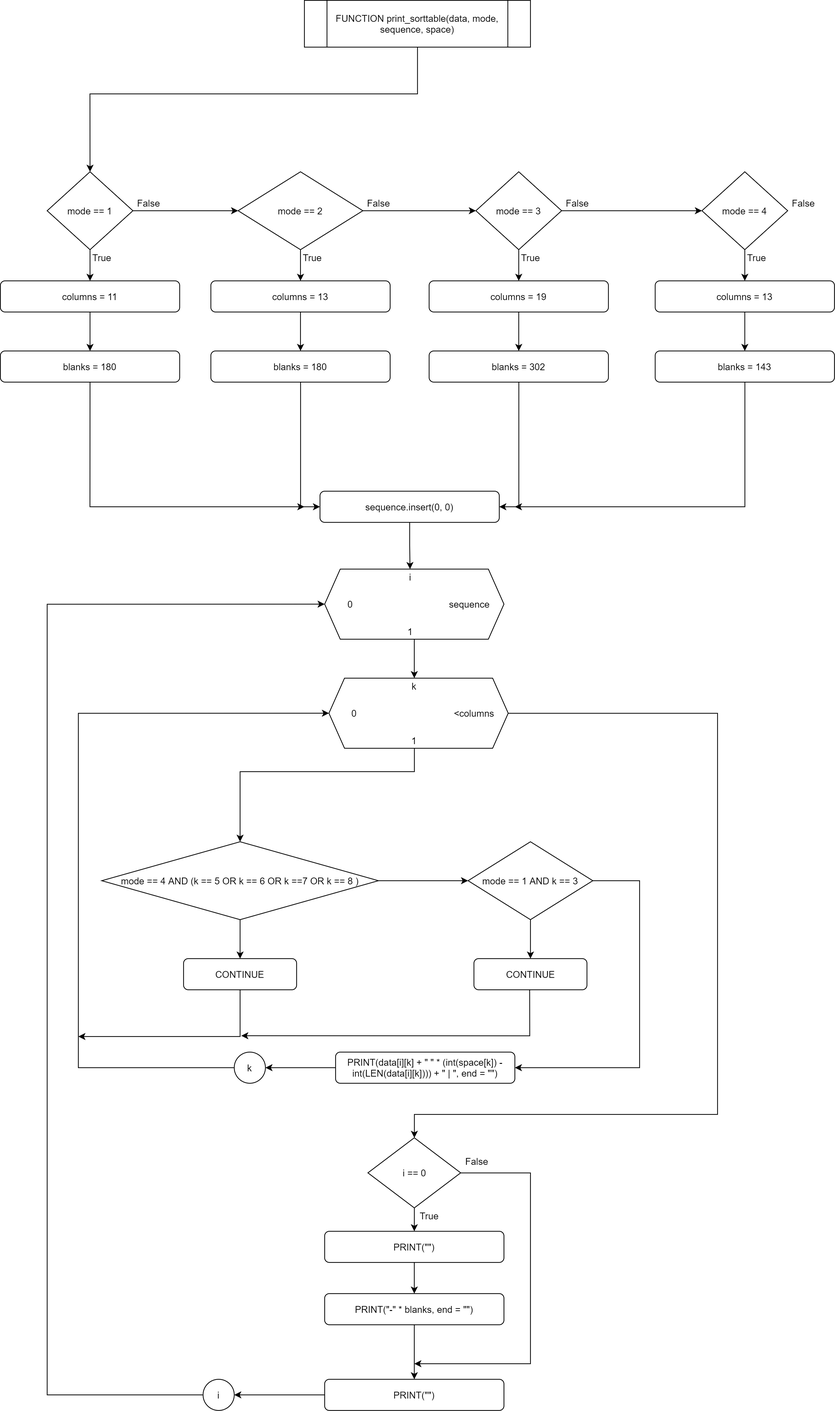
Above: Flowchart/default/print_sorttable.png in RabbitBear00/Car-Rental-System (draw.io), before the change. Source tidied: cells renumbered, new cells last; positions are measured from the earlier drawing's top-left corner, leaving out a move shared by most shapes.
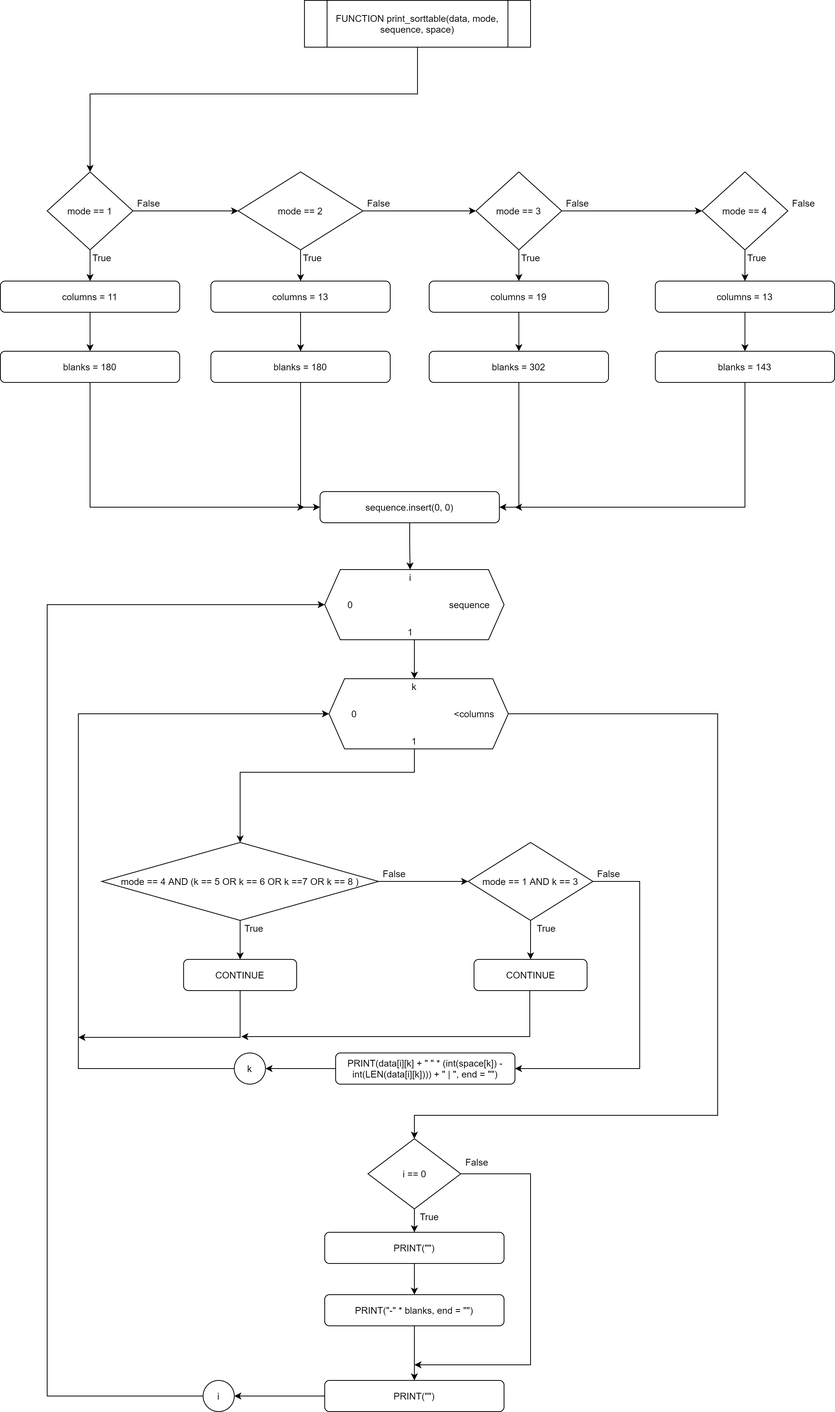
The same file after the commit.

The edit, as a diff of the source:
```diff
@@ -303,5 +303,17 @@
     <mxCell id="82" value="i" style="ellipse;whiteSpace=wrap;html=1;" parent="1" vertex="1">
       <mxGeometry x="260" y="1770" width="40" height="40" as="geometry" />
     </mxCell>
+    <mxCell id="83" value="True" style="text;html=1;align=center;verticalAlign=middle;strokeColor=none;" parent="1" vertex="1">
+      <mxGeometry x="305" y="1180" width="40" height="20" as="geometry" />
+    </mxCell>
+    <mxCell id="84" value="True" style="text;html=1;align=center;verticalAlign=middle;strokeColor=none;" parent="1" vertex="1">
+      <mxGeometry x="680" y="1180" width="40" height="20" as="geometry" />
+    </mxCell>
+    <mxCell id="85" value="False" style="text;html=1;align=center;verticalAlign=middle;strokeColor=none;" parent="1" vertex="1">
+      <mxGeometry x="485" y="1110" width="40" height="20" as="geometry" />
+    </mxCell>
+    <mxCell id="86" value="False" style="text;html=1;align=center;verticalAlign=middle;strokeColor=none;" parent="1" vertex="1">
+      <mxGeometry x="760" y="1110" width="40" height="20" as="geometry" />
+    </mxCell>
   </root>
 </mxGraphModel>
```
